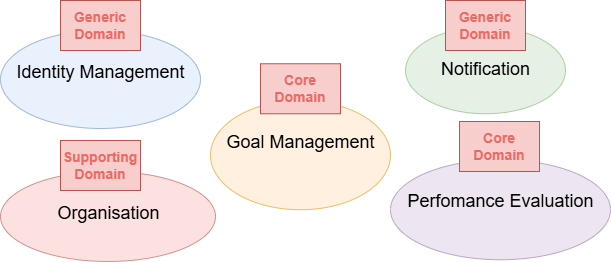
The draw.io diagram ddd/goal-management-system/docs/StrategicDesign.png in DTVegaArchChapter/Architecture, before a commit. Source tidied: cells renumbered, new cells last; positions are measured from the earlier drawing's top-left corner, leaving out a move shared by most shapes.
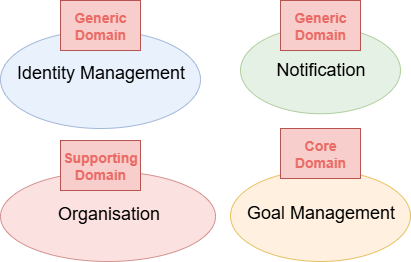
Above is the later version.

Commit message:
docs: :memo: update README.md for clarity on Goal Management and Performance Evaluation

* Refined the description of Goal Management to enhance clarity.
* Added a note regarding the inclusion of Performance Evaluation in the bounded context.

The edit, as a diff of the source:
```diff
@@ -3,7 +3,7 @@
     <mxCell id="0" />
     <mxCell id="1" parent="0" />
     <mxCell id="2" value="Goal Management" style="ellipse;fillColor=#ffe6cc;opacity=60;strokeColor=#d79b00;html=1;fontSize=18;verticalAlign=top;spacingTop=25;" parent="1" vertex="1">
-      <mxGeometry x="210" y="100" width="180" height="109.2" as="geometry" />
+      <mxGeometry x="230" y="169.8" width="180" height="91.2" as="geometry" />
     </mxCell>
     <mxCell id="3" value="&lt;font style=&quot;font-size: 18px;&quot;&gt;Identity Management&lt;/font&gt;" style="ellipse;fillColor=#dae8fc;opacity=60;strokeColor=#6c8ebf;html=1;verticalAlign=top;spacingTop=25;" parent="1" vertex="1">
       <mxGeometry y="30" width="200" height="98" as="geometry" />
@@ -11,26 +11,20 @@
     <mxCell id="4" value="&lt;font style=&quot;font-size: 18px;&quot;&gt;Organisation&lt;/font&gt;" style="ellipse;fillColor=#f8cecc;opacity=60;strokeColor=#b85450;html=1;verticalAlign=top;spacingTop=25;" parent="1" vertex="1">
       <mxGeometry y="171" width="215" height="90" as="geometry" />
     </mxCell>
-    <mxCell id="5" value="Perfomance Evaluation" style="ellipse;fillColor=#e1d5e7;opacity=60;strokeColor=#9673a6;html=1;fontSize=18;verticalAlign=top;spacingTop=25;" parent="1" vertex="1">
-      <mxGeometry x="390" y="159.2" width="220" height="100" as="geometry" />
-    </mxCell>
     <mxCell id="6" value="Notification" style="ellipse;fillColor=#d5e8d4;opacity=60;strokeColor=#82b366;html=1;fontSize=18;verticalAlign=top;spacingTop=25;" parent="1" vertex="1">
-      <mxGeometry x="405" y="26.5" width="160" height="86.8" as="geometry" />
+      <mxGeometry x="240" y="26.5" width="160" height="86.8" as="geometry" />
     </mxCell>
     <mxCell id="7" value="Generic Domain" style="text;html=1;strokeColor=#b85450;fillColor=#f8cecc;align=center;verticalAlign=middle;whiteSpace=wrap;rounded=0;fontStyle=1;fontColor=#EA6B66;fontSize=14;" parent="1" vertex="1">
       <mxGeometry x="60" width="80" height="50" as="geometry" />
     </mxCell>
     <mxCell id="8" value="Generic Domain" style="text;html=1;strokeColor=#b85450;fillColor=#f8cecc;align=center;verticalAlign=middle;whiteSpace=wrap;rounded=0;fontStyle=1;fontColor=#EA6B66;fontSize=14;" parent="1" vertex="1">
-      <mxGeometry x="445" width="80" height="50" as="geometry" />
+      <mxGeometry x="280" width="80" height="50" as="geometry" />
     </mxCell>
     <mxCell id="9" value="Supporting Domain" style="text;html=1;strokeColor=#b85450;fillColor=#f8cecc;align=center;verticalAlign=middle;whiteSpace=wrap;rounded=0;fontStyle=1;fontColor=#EA6B66;fontSize=14;" parent="1" vertex="1">
       <mxGeometry x="60" y="140" width="80" height="50" as="geometry" />
     </mxCell>
     <mxCell id="10" value="Core Domain" style="text;html=1;strokeColor=#b85450;fillColor=#f8cecc;align=center;verticalAlign=middle;whiteSpace=wrap;rounded=0;fontStyle=1;fontColor=#EA6B66;fontSize=14;" parent="1" vertex="1">
-      <mxGeometry x="260" y="63.2" width="80" height="50" as="geometry" />
+      <mxGeometry x="280" y="128" width="80" height="50" as="geometry" />
     </mxCell>
-    <mxCell id="11" value="Core Domain" style="text;html=1;strokeColor=#b85450;fillColor=#f8cecc;align=center;verticalAlign=middle;whiteSpace=wrap;rounded=0;fontStyle=1;fontColor=#EA6B66;fontSize=14;" parent="1" vertex="1">
-      <mxGeometry x="459" y="121" width="80" height="50" as="geometry" />
-    </mxCell>
   </root>
 </mxGraphModel>
```
